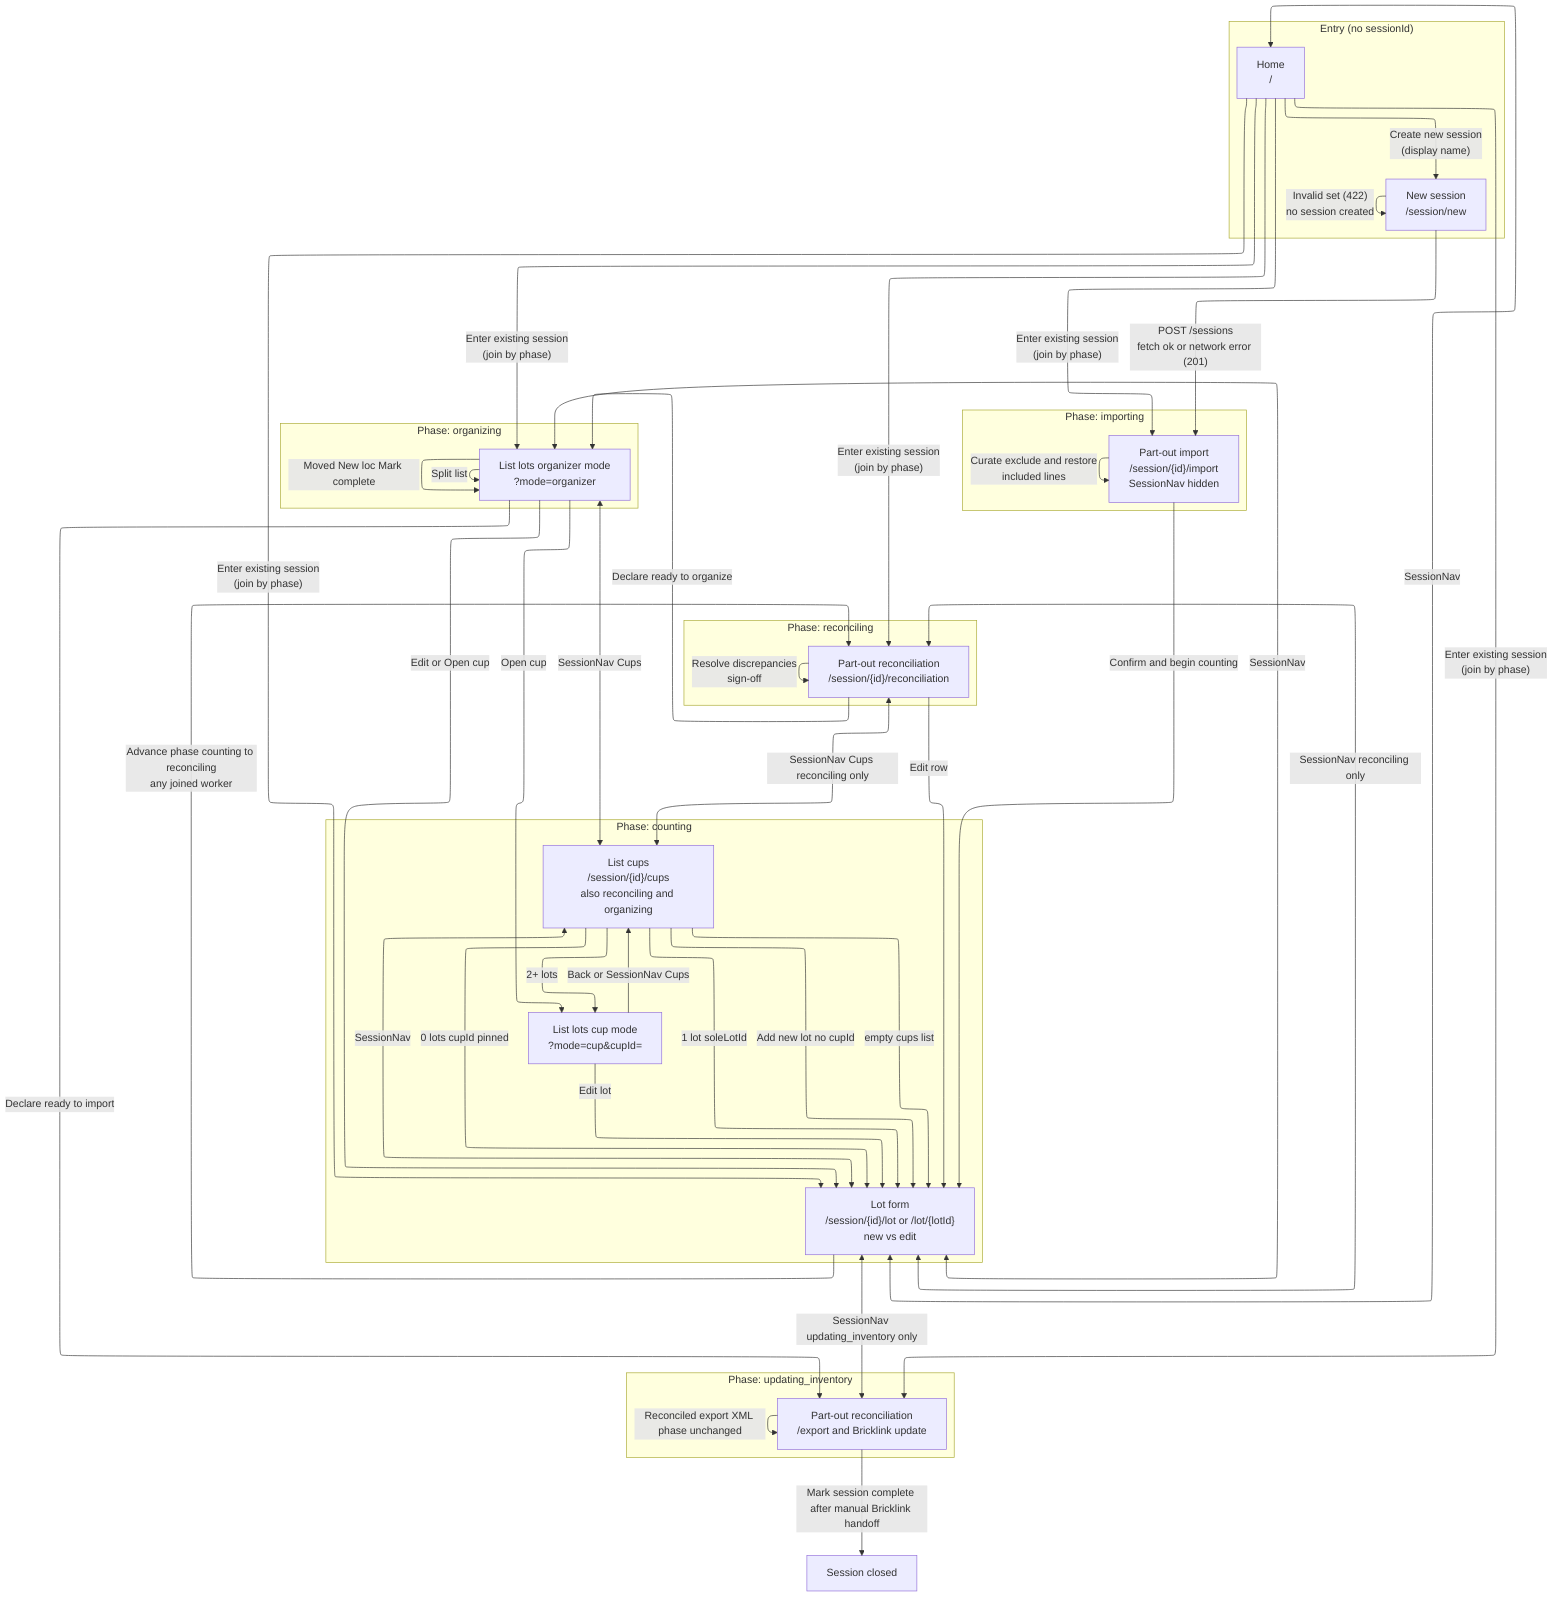
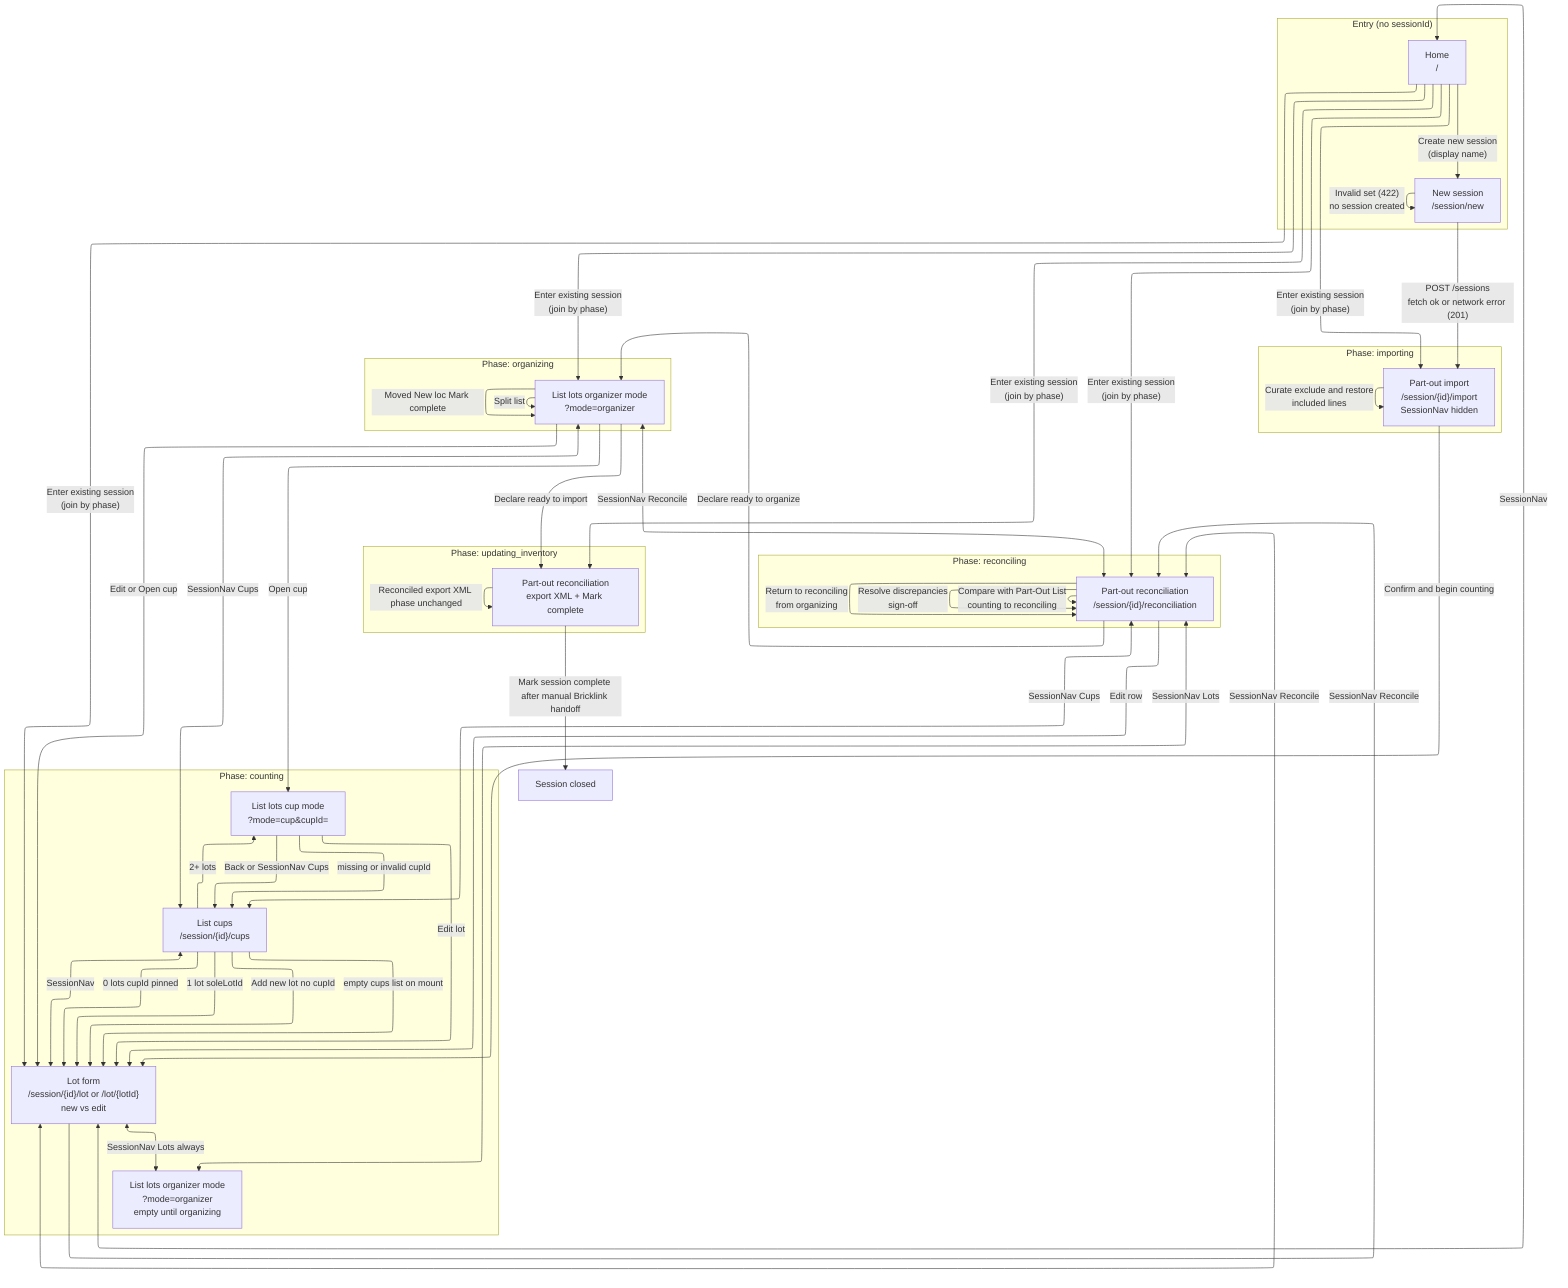
---
config:
  layout: elk
---
%% End-to-end part-out coordinator workflow (storyboard order)
- %% Sources: docs/view-specs/README.md, storyboard.md, all seven view specs
+ %% Sources: docs/view-specs/README.md, session-nav-by-view.md, all seven view specs
+ %% SessionNav: Home Lot Lots Reconcile always when bar shown; Cups counting reconciling organizing only

flowchart TB
    subgraph entry["Entry (no sessionId)"]
        HOME["Home<br>/"]
        NEW["New session<br>/session/new"]
    end

    subgraph import_phase["Phase: importing"]
        IMPORT["Part-out import<br>/session/{id}/import<br>SessionNav hidden"]
    end

    subgraph counting_phase["Phase: counting"]
        LOT["Lot form<br>/session/{id}/lot or /lot/{lotId}<br>new vs edit"]
-         CUPS["List cups<br>/session/{id}/cups<br>also reconciling and organizing"]
+         CUPS["List cups<br>/session/{id}/cups"]
        LOTS_CUP["List lots cup mode<br>?mode=cup&cupId="]
+         LOTS_ORG_EARLY["List lots organizer mode<br>?mode=organizer<br>empty until organizing"]
    end

    subgraph reconciling_phase["Phase: reconciling"]
        RECON["Part-out reconciliation<br>/session/{id}/reconciliation"]
    end

    subgraph organizing_phase["Phase: organizing"]
        LOTS_ORG["List lots organizer mode<br>?mode=organizer"]
    end

    subgraph updating_inventory_phase["Phase: updating_inventory"]
-         STORE_UPDATE["Part-out reconciliation<br>/export and Bricklink update"]
+         RECON_EXPORT["Part-out reconciliation<br>export XML + Mark complete"]
    end

    CLOSED["Session closed"]

    HOME -->|"Create new session<br>(display name)"| NEW
    HOME -->|"Enter existing session<br>(join by phase)"| IMPORT
    HOME -->|"Enter existing session<br>(join by phase)"| LOT
    HOME -->|"Enter existing session<br>(join by phase)"| RECON
    HOME -->|"Enter existing session<br>(join by phase)"| LOTS_ORG
-     HOME -->|"Enter existing session<br>(join by phase)"| STORE_UPDATE
+     HOME -->|"Enter existing session<br>(join by phase)"| RECON_EXPORT

    NEW -->|"POST /sessions<br>fetch ok or network error (201)"| IMPORT
    NEW -->|"Invalid set (422)<br>no session created"| NEW

    IMPORT -->|"Curate exclude and restore<br>included lines"| IMPORT
    IMPORT -->|"Confirm and begin counting"| LOT

    LOT <-->|"SessionNav"| CUPS
-     LOT <-->|"SessionNav"| LOTS_ORG
-     LOT <-->|"SessionNav reconciling only"| RECON
-     LOT <-->|"SessionNav updating_inventory only"| STORE_UPDATE
+     LOT <-->|"SessionNav Lots always"| LOTS_ORG_EARLY
+     LOT <-->|"SessionNav Reconcile"| RECON
    LOT <-->|"SessionNav"| HOME

-     RECON <-->|"SessionNav Cups reconciling only"| CUPS
+     RECON <-->|"SessionNav Cups"| CUPS
+     RECON <-->|"SessionNav Lots"| LOTS_ORG_EARLY
    LOTS_ORG <-->|"SessionNav Cups"| CUPS
+     LOTS_ORG <-->|"SessionNav Reconcile"| RECON

    CUPS -->|"0 lots cupId pinned"| LOT
    CUPS -->|"1 lot soleLotId"| LOT
    CUPS -->|"2+ lots"| LOTS_CUP
    CUPS -->|"Add new lot no cupId"| LOT
-     CUPS -->|"empty cups list"| LOT
+     CUPS -->|"empty cups list on mount"| LOT

    LOTS_CUP -->|"Edit lot"| LOT
    LOTS_CUP -->|"Back or SessionNav Cups"| CUPS
+     LOTS_CUP -->|"missing or invalid cupId"| CUPS

-     LOT -->|"Advance phase counting to reconciling<br>any joined worker"| RECON
+     LOT -->|"SessionNav Reconcile"| RECON
+     RECON -->|"Compare with Part-Out List<br>counting to reconciling"| RECON
    RECON -->|"Edit row"| LOT
    RECON -->|"Resolve discrepancies<br>sign-off"| RECON
    RECON -->|"Declare ready to organize"| LOTS_ORG
+     RECON -->|"Return to reconciling<br>from organizing"| RECON

    LOTS_ORG -->|"Split list"| LOTS_ORG
    LOTS_ORG -->|"Moved New loc Mark complete"| LOTS_ORG
    LOTS_ORG -->|"Edit or Open cup"| LOT
    LOTS_ORG -->|"Open cup"| LOTS_CUP
-     LOTS_ORG -->|"Declare ready to import"| STORE_UPDATE
+     LOTS_ORG -->|"Declare ready to import"| RECON_EXPORT

-     STORE_UPDATE -->|"Reconciled export XML phase unchanged"| STORE_UPDATE
-     STORE_UPDATE -->|"Mark session complete after manual Bricklink handoff"| CLOSED
+     RECON_EXPORT -->|"Reconciled export XML phase unchanged"| RECON_EXPORT
+     RECON_EXPORT -->|"Mark session complete after manual Bricklink handoff"| CLOSED
